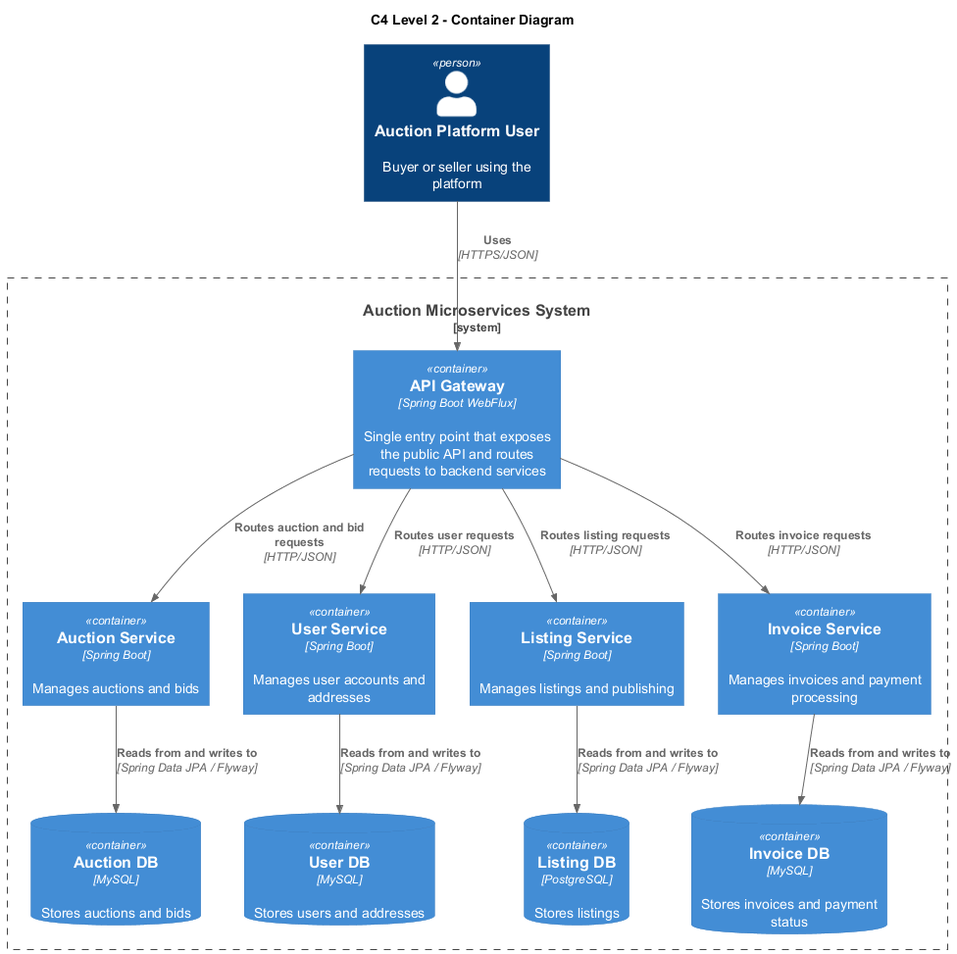
The PlantUML diagram diagrams/C4_Level2_container.png in Noah-tdf/AuctionMicroservice, before a commit. Source of this version:
```plantuml
@startuml
!include https://raw.githubusercontent.com/plantuml-stdlib/C4-PlantUML/master/C4_Container.puml

LAYOUT_TOP_DOWN()

title C4 Level 2 - Container Diagram

Person(user, "Auction Platform User", "Buyer or seller using the platform")

System_Boundary(auctionSystem, "Auction Microservices System") {
    Container(apiGateway, "API Gateway", "Spring Boot WebFlux", "Single entry point that exposes the public API and routes requests to backend services")

    Container(auctionService, "Auction Service", "Spring Boot", "Manages auctions and bids")
    Container(userService, "User Service", "Spring Boot", "Manages user accounts and addresses")
    Container(listingService, "Listing Service", "Spring Boot", "Manages listings and publishing")
    Container(invoiceService, "Invoice Service", "Spring Boot", "Manages invoices and payment processing")

    ContainerDb(auctionDb, "Auction DB", "MySQL", "Stores auctions and bids")
    ContainerDb(userDb, "User DB", "MySQL", "Stores users and addresses")
    ContainerDb(listingDb, "Listing DB", "PostgreSQL", "Stores listings")
    ContainerDb(invoiceDb, "Invoice DB", "MySQL", "Stores invoices and payment status")
}

Rel(user, apiGateway, "Uses", "HTTPS/JSON")

Rel(apiGateway, auctionService, "Routes auction and bid requests", "HTTP/JSON")
Rel(apiGateway, userService, "Routes user requests", "HTTP/JSON")
Rel(apiGateway, listingService, "Routes listing requests", "HTTP/JSON")
Rel(apiGateway, invoiceService, "Routes invoice requests", "HTTP/JSON")

Rel(auctionService, auctionDb, "Reads from and writes to", "Spring Data JPA / Flyway")
Rel(userService, userDb, "Reads from and writes to", "Spring Data JPA / Flyway")
Rel(listingService, listingDb, "Reads from and writes to", "Spring Data JPA / Flyway")
Rel(invoiceService, invoiceDb, "Reads from and writes to", "Spring Data JPA / Flyway")

@enduml
```
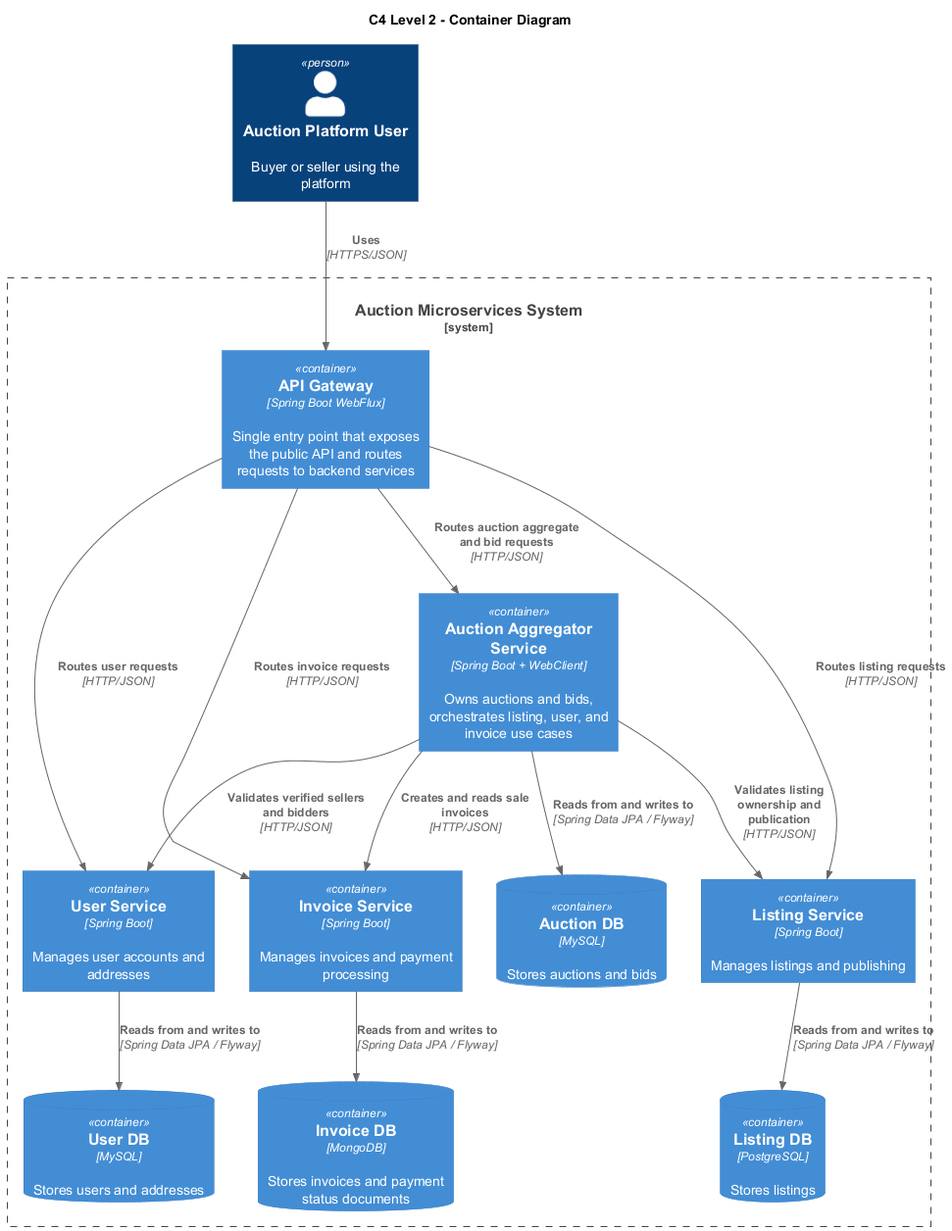
After the change.

Change to the diagram source:
```diff
@@ -10,7 +10,7 @@
 System_Boundary(auctionSystem, "Auction Microservices System") {
     Container(apiGateway, "API Gateway", "Spring Boot WebFlux", "Single entry point that exposes the public API and routes requests to backend services")
 
-    Container(auctionService, "Auction Service", "Spring Boot", "Manages auctions and bids")
+    Container(auctionService, "Auction Aggregator Service", "Spring Boot + WebClient", "Owns auctions and bids, orchestrates listing, user, and invoice use cases")
     Container(userService, "User Service", "Spring Boot", "Manages user accounts and addresses")
     Container(listingService, "Listing Service", "Spring Boot", "Manages listings and publishing")
     Container(invoiceService, "Invoice Service", "Spring Boot", "Manages invoices and payment processing")
@@ -18,15 +18,19 @@
     ContainerDb(auctionDb, "Auction DB", "MySQL", "Stores auctions and bids")
     ContainerDb(userDb, "User DB", "MySQL", "Stores users and addresses")
     ContainerDb(listingDb, "Listing DB", "PostgreSQL", "Stores listings")
-    ContainerDb(invoiceDb, "Invoice DB", "MySQL", "Stores invoices and payment status")
+    ContainerDb(invoiceDb, "Invoice DB", "MongoDB", "Stores invoices and payment status documents")
 }
 
 Rel(user, apiGateway, "Uses", "HTTPS/JSON")
 
-Rel(apiGateway, auctionService, "Routes auction and bid requests", "HTTP/JSON")
+Rel(apiGateway, auctionService, "Routes auction aggregate and bid requests", "HTTP/JSON")
 Rel(apiGateway, userService, "Routes user requests", "HTTP/JSON")
 Rel(apiGateway, listingService, "Routes listing requests", "HTTP/JSON")
 Rel(apiGateway, invoiceService, "Routes invoice requests", "HTTP/JSON")
+
+Rel(auctionService, userService, "Validates verified sellers and bidders", "HTTP/JSON")
+Rel(auctionService, listingService, "Validates listing ownership and publication", "HTTP/JSON")
+Rel(auctionService, invoiceService, "Creates and reads sale invoices", "HTTP/JSON")
 
 Rel(auctionService, auctionDb, "Reads from and writes to", "Spring Data JPA / Flyway")
 Rel(userService, userDb, "Reads from and writes to", "Spring Data JPA / Flyway")
```
